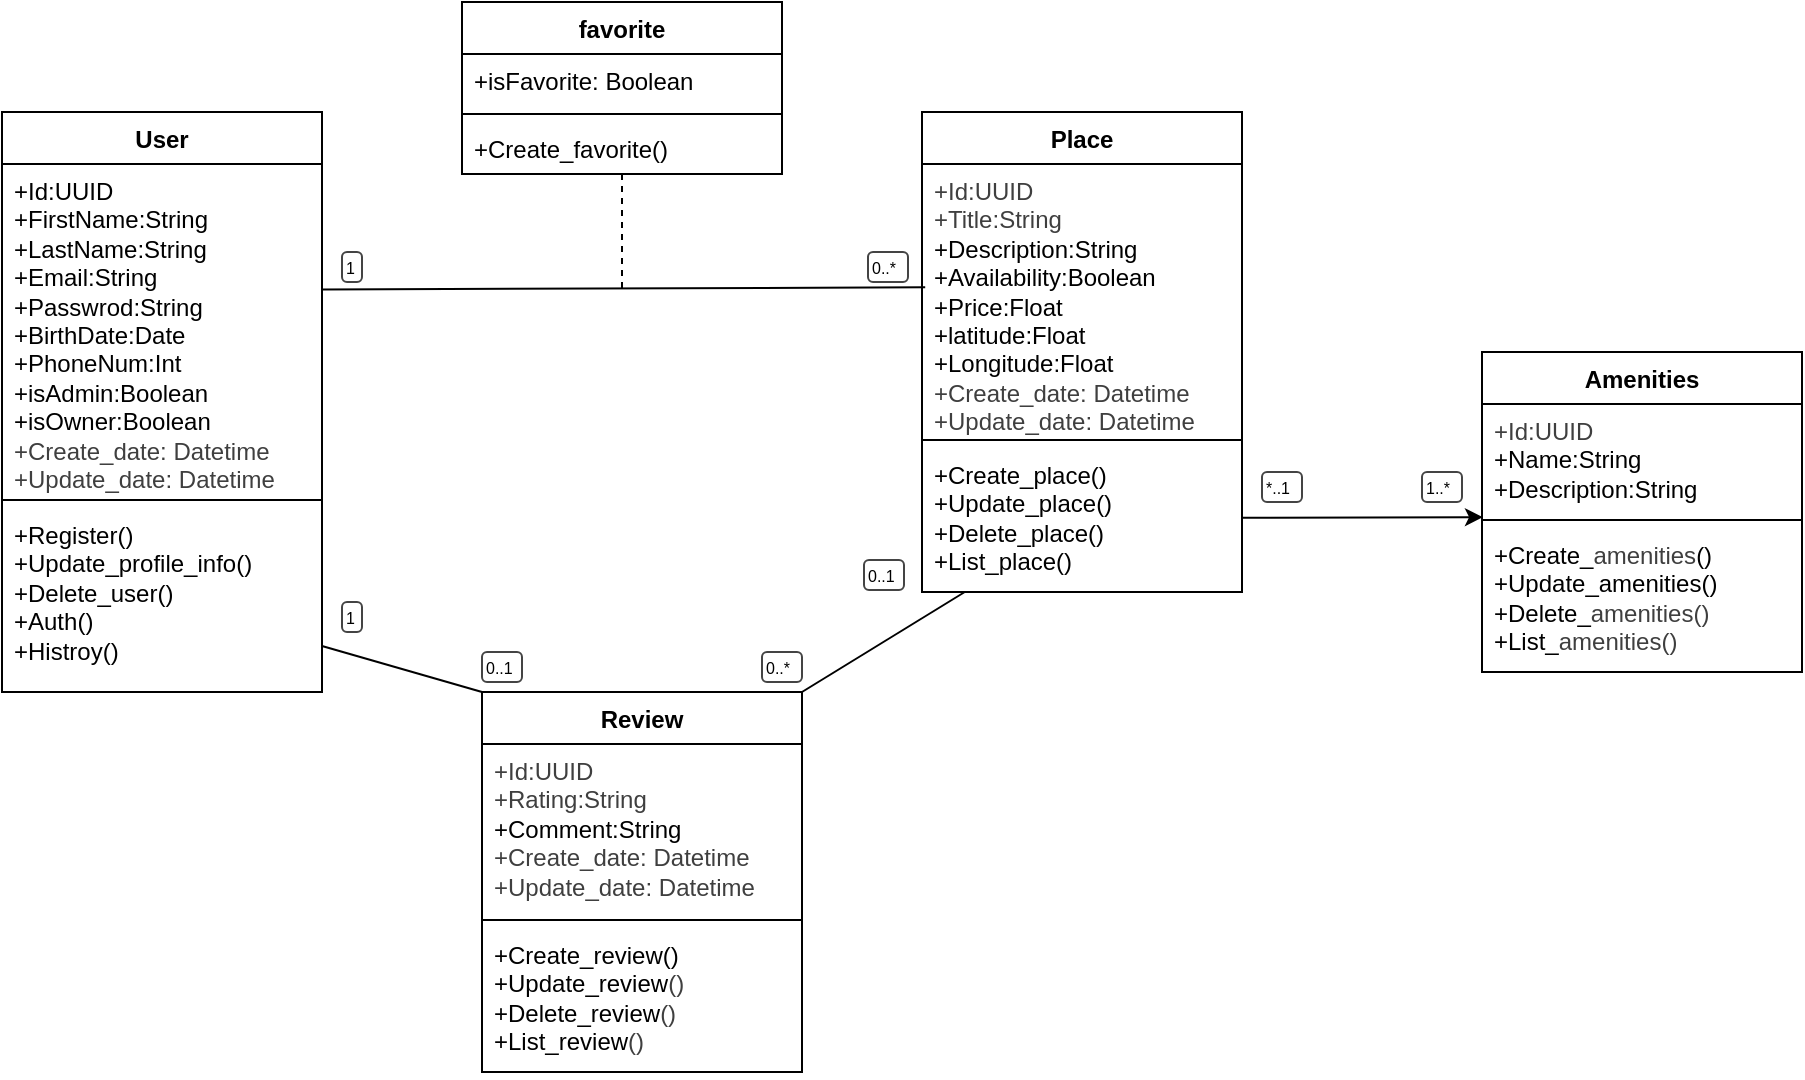
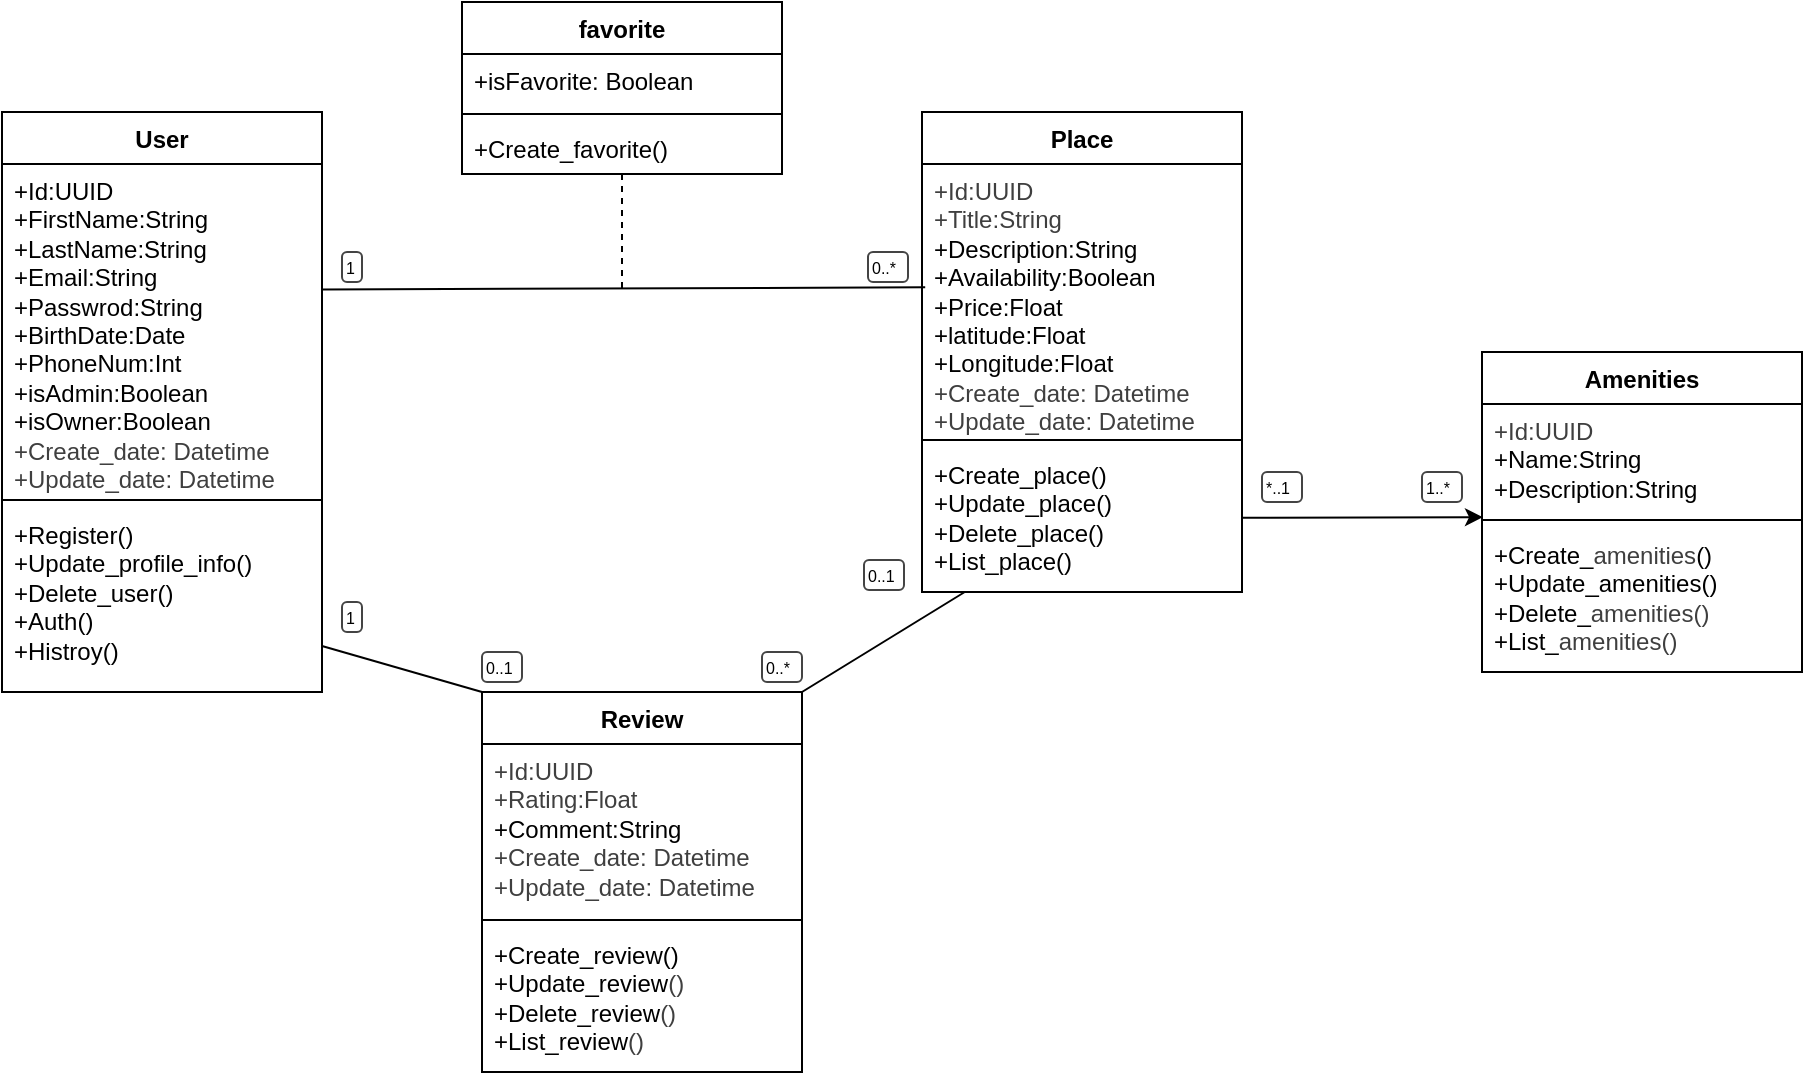
<mxfile host="65bd71144e">
    <diagram id="kGqgn09AhobOn8fxU5_M" name="Page-1">
-         <mxGraphModel dx="1340" dy="938" grid="1" gridSize="10" guides="1" tooltips="1" connect="1" arrows="1" fold="1" page="1" pageScale="1" pageWidth="850" pageHeight="1100" background="#FFFFFF" math="0" shadow="0">
+         <mxGraphModel dx="536" dy="375" grid="1" gridSize="10" guides="1" tooltips="1" connect="1" arrows="1" fold="1" page="1" pageScale="1" pageWidth="850" pageHeight="1100" background="#FFFFFF" math="0" shadow="0">
            <root>
                <mxCell id="0"/>
                <mxCell id="1" parent="0"/>
                <mxCell id="2" value="User" style="swimlane;fontStyle=1;align=center;verticalAlign=top;childLayout=stackLayout;horizontal=1;startSize=26;horizontalStack=0;resizeParent=1;resizeParentMax=0;resizeLast=0;collapsible=1;marginBottom=0;whiteSpace=wrap;html=1;" parent="1" vertex="1">
                    <mxGeometry x="425" y="338" width="160" height="290" as="geometry"/>
                </mxCell>
                <mxCell id="3" value="&lt;div&gt;+Id:UUID&lt;/div&gt;&lt;div&gt;&lt;span style=&quot;background-color: transparent;&quot;&gt;+FirstName:String&lt;/span&gt;&lt;/div&gt;&lt;div&gt;&lt;span style=&quot;color: rgb(0, 0, 0);&quot;&gt;+LastName:String&lt;/span&gt;&lt;/div&gt;&lt;div&gt;&lt;span style=&quot;color: rgb(0, 0, 0);&quot;&gt;+Email:String&lt;/span&gt;&lt;span style=&quot;color: rgb(0, 0, 0);&quot;&gt;&lt;/span&gt;&lt;/div&gt;&lt;div&gt;&lt;span style=&quot;color: rgb(0, 0, 0);&quot;&gt;+Passwrod:String&lt;/span&gt;&lt;/div&gt;&lt;div&gt;&lt;span style=&quot;color: rgb(0, 0, 0);&quot;&gt;+BirthDate:Date&lt;/span&gt;&lt;/div&gt;&lt;div&gt;&lt;span style=&quot;color: rgb(0, 0, 0);&quot;&gt;+PhoneNum:Int&lt;/span&gt;&lt;/div&gt;&lt;div&gt;&lt;font color=&quot;#000000&quot;&gt;+isAdmin:Boolean&lt;/font&gt;&lt;/div&gt;&lt;div&gt;&lt;font color=&quot;#000000&quot;&gt;+isOwner:Boolean&lt;/font&gt;&lt;/div&gt;&lt;div&gt;&lt;font color=&quot;#000000&quot;&gt;&lt;div style=&quot;scrollbar-color: rgb(226, 226, 226) rgb(251, 251, 251); color: rgb(63, 63, 63);&quot;&gt;&lt;font style=&quot;color: rgb(63, 63, 63); scrollbar-color: rgb(226, 226, 226) rgb(251, 251, 251);&quot;&gt;+Create_date: Datetime&lt;/font&gt;&lt;/div&gt;&lt;div style=&quot;scrollbar-color: rgb(226, 226, 226) rgb(251, 251, 251); color: rgb(63, 63, 63);&quot;&gt;&lt;font style=&quot;color: rgb(63, 63, 63); scrollbar-color: rgb(226, 226, 226) rgb(251, 251, 251);&quot;&gt;+Update_date: Datetime&lt;/font&gt;&lt;/div&gt;&lt;/font&gt;&lt;/div&gt;" style="text;strokeColor=none;fillColor=none;align=left;verticalAlign=top;spacingLeft=4;spacingRight=4;overflow=hidden;rotatable=0;points=[[0,0.5],[1,0.5]];portConstraint=eastwest;whiteSpace=wrap;html=1;" parent="2" vertex="1">
                    <mxGeometry y="26" width="160" height="164" as="geometry"/>
                </mxCell>
                <mxCell id="4" value="" style="line;strokeWidth=1;fillColor=none;align=left;verticalAlign=middle;spacingTop=-1;spacingLeft=3;spacingRight=3;rotatable=0;labelPosition=right;points=[];portConstraint=eastwest;strokeColor=inherit;" parent="2" vertex="1">
                    <mxGeometry y="190" width="160" height="8" as="geometry"/>
                </mxCell>
                <mxCell id="5" value="+Register()&lt;div&gt;&lt;div&gt;&lt;div&gt;+Update_profile_info()&lt;/div&gt;&lt;div&gt;+Delete_user()&lt;/div&gt;&lt;div&gt;+Auth()&lt;/div&gt;&lt;div&gt;+Histroy()&lt;/div&gt;&lt;/div&gt;&lt;/div&gt;" style="text;strokeColor=none;fillColor=none;align=left;verticalAlign=top;spacingLeft=4;spacingRight=4;overflow=hidden;rotatable=0;points=[[0,0.5],[1,0.5]];portConstraint=eastwest;whiteSpace=wrap;html=1;" parent="2" vertex="1">
                    <mxGeometry y="198" width="160" height="92" as="geometry"/>
                </mxCell>
                <mxCell id="6" value="Place" style="swimlane;fontStyle=1;align=center;verticalAlign=top;childLayout=stackLayout;horizontal=1;startSize=26;horizontalStack=0;resizeParent=1;resizeParentMax=0;resizeLast=0;collapsible=1;marginBottom=0;whiteSpace=wrap;html=1;" parent="1" vertex="1">
                    <mxGeometry x="885" y="338" width="160" height="240" as="geometry"/>
                </mxCell>
                <mxCell id="7" value="&lt;div&gt;&lt;div style=&quot;color: rgb(63, 63, 63); scrollbar-color: rgb(226, 226, 226) rgb(251, 251, 251);&quot;&gt;&lt;div style=&quot;color: rgb(63, 63, 63); scrollbar-color: rgb(226, 226, 226) rgb(251, 251, 251);&quot;&gt;+Id:UUID&lt;/div&gt;&lt;/div&gt;&lt;div style=&quot;color: rgb(63, 63, 63); scrollbar-color: rgb(226, 226, 226) rgb(251, 251, 251);&quot;&gt;&lt;span style=&quot;background-color: transparent;&quot;&gt;+Title:String&lt;/span&gt;&lt;/div&gt;&lt;/div&gt;&lt;div&gt;+Description:String&lt;/div&gt;&lt;div&gt;+Availability:Boolean&lt;/div&gt;&lt;div&gt;+Price:Float&lt;/div&gt;&lt;div&gt;+latitude:Float&lt;/div&gt;&lt;div&gt;+Longitude:Float&lt;/div&gt;&lt;div&gt;&lt;div style=&quot;scrollbar-color: rgb(226, 226, 226) rgb(251, 251, 251); color: rgb(63, 63, 63);&quot;&gt;&lt;font style=&quot;color: rgb(63, 63, 63); scrollbar-color: rgb(226, 226, 226) rgb(251, 251, 251);&quot;&gt;+Create_date: Datetime&lt;/font&gt;&lt;/div&gt;&lt;div style=&quot;scrollbar-color: rgb(226, 226, 226) rgb(251, 251, 251); color: rgb(63, 63, 63);&quot;&gt;&lt;font style=&quot;color: rgb(63, 63, 63); scrollbar-color: rgb(226, 226, 226) rgb(251, 251, 251);&quot;&gt;+Update_date: Datetime&lt;/font&gt;&lt;/div&gt;&lt;/div&gt;" style="text;strokeColor=none;fillColor=none;align=left;verticalAlign=top;spacingLeft=4;spacingRight=4;overflow=hidden;rotatable=0;points=[[0,0.5],[1,0.5]];portConstraint=eastwest;whiteSpace=wrap;html=1;" parent="6" vertex="1">
                    <mxGeometry y="26" width="160" height="134" as="geometry"/>
                </mxCell>
                <mxCell id="8" value="" style="line;strokeWidth=1;fillColor=none;align=left;verticalAlign=middle;spacingTop=-1;spacingLeft=3;spacingRight=3;rotatable=0;labelPosition=right;points=[];portConstraint=eastwest;strokeColor=inherit;" parent="6" vertex="1">
                    <mxGeometry y="160" width="160" height="8" as="geometry"/>
                </mxCell>
                <mxCell id="9" value="+Create_place()&lt;div&gt;+Update_place()&lt;/div&gt;&lt;div&gt;+Delete_place()&lt;/div&gt;&lt;div&gt;+List_place()&lt;/div&gt;" style="text;strokeColor=none;fillColor=none;align=left;verticalAlign=top;spacingLeft=4;spacingRight=4;overflow=hidden;rotatable=0;points=[[0,0.5],[1,0.5]];portConstraint=eastwest;whiteSpace=wrap;html=1;" parent="6" vertex="1">
                    <mxGeometry y="168" width="160" height="72" as="geometry"/>
                </mxCell>
                <mxCell id="10" value="Review" style="swimlane;fontStyle=1;align=center;verticalAlign=top;childLayout=stackLayout;horizontal=1;startSize=26;horizontalStack=0;resizeParent=1;resizeParentMax=0;resizeLast=0;collapsible=1;marginBottom=0;whiteSpace=wrap;html=1;" parent="1" vertex="1">
                    <mxGeometry x="665" y="628" width="160" height="190" as="geometry"/>
                </mxCell>
-                 <mxCell id="11" value="&lt;div style=&quot;color: rgb(63, 63, 63); scrollbar-color: rgb(226, 226, 226) rgb(251, 251, 251);&quot;&gt;+Id:UUID&lt;/div&gt;&lt;div style=&quot;color: rgb(63, 63, 63); scrollbar-color: rgb(226, 226, 226) rgb(251, 251, 251);&quot;&gt;&lt;span style=&quot;background-color: transparent;&quot;&gt;+Rating:String&lt;/span&gt;&lt;/div&gt;&lt;div&gt;+Comment:String&lt;/div&gt;&lt;div&gt;&lt;div style=&quot;scrollbar-color: rgb(226, 226, 226) rgb(251, 251, 251); color: rgb(63, 63, 63);&quot;&gt;&lt;font style=&quot;color: rgb(63, 63, 63); scrollbar-color: rgb(226, 226, 226) rgb(251, 251, 251);&quot;&gt;+Create_date: Datetime&lt;/font&gt;&lt;/div&gt;&lt;div style=&quot;scrollbar-color: rgb(226, 226, 226) rgb(251, 251, 251); color: rgb(63, 63, 63);&quot;&gt;&lt;font style=&quot;color: rgb(63, 63, 63); scrollbar-color: rgb(226, 226, 226) rgb(251, 251, 251);&quot;&gt;+Update_date: Datetime&lt;/font&gt;&lt;/div&gt;&lt;/div&gt;" style="text;strokeColor=none;fillColor=none;align=left;verticalAlign=top;spacingLeft=4;spacingRight=4;overflow=hidden;rotatable=0;points=[[0,0.5],[1,0.5]];portConstraint=eastwest;whiteSpace=wrap;html=1;" parent="10" vertex="1">
+                 <mxCell id="11" value="&lt;div style=&quot;color: rgb(63, 63, 63); scrollbar-color: rgb(226, 226, 226) rgb(251, 251, 251);&quot;&gt;+Id:UUID&lt;/div&gt;&lt;div style=&quot;color: rgb(63, 63, 63); scrollbar-color: rgb(226, 226, 226) rgb(251, 251, 251);&quot;&gt;&lt;span style=&quot;background-color: transparent;&quot;&gt;+Rating:Float&lt;/span&gt;&lt;/div&gt;&lt;div&gt;+Comment:String&lt;/div&gt;&lt;div&gt;&lt;div style=&quot;scrollbar-color: rgb(226, 226, 226) rgb(251, 251, 251); color: rgb(63, 63, 63);&quot;&gt;&lt;font style=&quot;color: rgb(63, 63, 63); scrollbar-color: rgb(226, 226, 226) rgb(251, 251, 251);&quot;&gt;+Create_date: Datetime&lt;/font&gt;&lt;/div&gt;&lt;div style=&quot;scrollbar-color: rgb(226, 226, 226) rgb(251, 251, 251); color: rgb(63, 63, 63);&quot;&gt;&lt;font style=&quot;color: rgb(63, 63, 63); scrollbar-color: rgb(226, 226, 226) rgb(251, 251, 251);&quot;&gt;+Update_date: Datetime&lt;/font&gt;&lt;/div&gt;&lt;/div&gt;" style="text;strokeColor=none;fillColor=none;align=left;verticalAlign=top;spacingLeft=4;spacingRight=4;overflow=hidden;rotatable=0;points=[[0,0.5],[1,0.5]];portConstraint=eastwest;whiteSpace=wrap;html=1;" parent="10" vertex="1">
                    <mxGeometry y="26" width="160" height="84" as="geometry"/>
                </mxCell>
                <mxCell id="12" value="" style="line;strokeWidth=1;fillColor=none;align=left;verticalAlign=middle;spacingTop=-1;spacingLeft=3;spacingRight=3;rotatable=0;labelPosition=right;points=[];portConstraint=eastwest;strokeColor=inherit;" parent="10" vertex="1">
                    <mxGeometry y="110" width="160" height="8" as="geometry"/>
                </mxCell>
                <mxCell id="13" value="+Create_review()&lt;div&gt;+Update_&lt;span style=&quot;color: rgb(0, 0, 0); background-color: transparent;&quot;&gt;review&lt;/span&gt;&lt;span style=&quot;color: rgb(63, 63, 63); background-color: transparent;&quot;&gt;()&lt;/span&gt;&lt;/div&gt;&lt;div&gt;+Delete_&lt;span style=&quot;color: rgb(0, 0, 0); background-color: transparent;&quot;&gt;review&lt;/span&gt;&lt;span style=&quot;color: rgb(63, 63, 63); background-color: transparent;&quot;&gt;()&lt;/span&gt;&lt;/div&gt;&lt;div&gt;+List_&lt;span style=&quot;color: rgb(0, 0, 0); background-color: transparent;&quot;&gt;review&lt;/span&gt;&lt;span style=&quot;color: rgb(63, 63, 63); background-color: transparent;&quot;&gt;()&lt;/span&gt;&lt;/div&gt;" style="text;strokeColor=none;fillColor=none;align=left;verticalAlign=top;spacingLeft=4;spacingRight=4;overflow=hidden;rotatable=0;points=[[0,0.5],[1,0.5]];portConstraint=eastwest;whiteSpace=wrap;html=1;" parent="10" vertex="1">
                    <mxGeometry y="118" width="160" height="72" as="geometry"/>
                </mxCell>
                <mxCell id="15" value="Amenities&lt;div&gt;&lt;br&gt;&lt;/div&gt;" style="swimlane;fontStyle=1;align=center;verticalAlign=top;childLayout=stackLayout;horizontal=1;startSize=26;horizontalStack=0;resizeParent=1;resizeParentMax=0;resizeLast=0;collapsible=1;marginBottom=0;whiteSpace=wrap;html=1;" parent="1" vertex="1">
                    <mxGeometry x="1165" y="458" width="160" height="160" as="geometry"/>
                </mxCell>
                <mxCell id="16" value="&lt;div style=&quot;color: rgb(63, 63, 63); scrollbar-color: rgb(226, 226, 226) rgb(251, 251, 251);&quot;&gt;+Id:UUID&lt;/div&gt;&lt;div&gt;&lt;span style=&quot;background-color: transparent;&quot;&gt;+Name:String&lt;/span&gt;&lt;/div&gt;&lt;div&gt;+Description:String&lt;/div&gt;" style="text;strokeColor=none;fillColor=none;align=left;verticalAlign=top;spacingLeft=4;spacingRight=4;overflow=hidden;rotatable=0;points=[[0,0.5],[1,0.5]];portConstraint=eastwest;whiteSpace=wrap;html=1;" parent="15" vertex="1">
                    <mxGeometry y="26" width="160" height="54" as="geometry"/>
                </mxCell>
                <mxCell id="17" value="" style="line;strokeWidth=1;fillColor=none;align=left;verticalAlign=middle;spacingTop=-1;spacingLeft=3;spacingRight=3;rotatable=0;labelPosition=right;points=[];portConstraint=eastwest;strokeColor=inherit;" parent="15" vertex="1">
                    <mxGeometry y="80" width="160" height="8" as="geometry"/>
                </mxCell>
                <mxCell id="18" value="+Create_&lt;span style=&quot;color: rgb(63, 63, 63);&quot;&gt;amenities&lt;/span&gt;()&lt;div&gt;+Update_amenities()&lt;/div&gt;&lt;div&gt;+Delete_&lt;span style=&quot;color: rgb(63, 63, 63); background-color: transparent;&quot;&gt;amenities&lt;/span&gt;&lt;span style=&quot;color: rgb(63, 63, 63); background-color: transparent;&quot;&gt;()&lt;/span&gt;&lt;/div&gt;&lt;div&gt;+List_&lt;span style=&quot;color: rgb(63, 63, 63); background-color: transparent;&quot;&gt;amenities&lt;/span&gt;&lt;span style=&quot;color: rgb(63, 63, 63); background-color: transparent;&quot;&gt;()&lt;/span&gt;&lt;/div&gt;" style="text;strokeColor=none;fillColor=none;align=left;verticalAlign=top;spacingLeft=4;spacingRight=4;overflow=hidden;rotatable=0;points=[[0,0.5],[1,0.5]];portConstraint=eastwest;whiteSpace=wrap;html=1;" parent="15" vertex="1">
                    <mxGeometry y="88" width="160" height="72" as="geometry"/>
                </mxCell>
                <mxCell id="39" style="edgeStyle=none;html=1;entryX=0.003;entryY=0.32;entryDx=0;entryDy=0;entryPerimeter=0;" parent="1" target="17" edge="1">
                    <mxGeometry relative="1" as="geometry">
                        <mxPoint x="1045.0000000000002" y="540.8571428571429" as="sourcePoint"/>
                        <mxPoint x="1165" y="539" as="targetPoint"/>
                    </mxGeometry>
                </mxCell>
                <mxCell id="41" style="edgeStyle=none;html=1;endArrow=none;endFill=0;entryX=0;entryY=0;entryDx=0;entryDy=0;" parent="1" source="5" edge="1" target="10">
                    <mxGeometry relative="1" as="geometry">
                        <mxPoint x="685" y="618" as="targetPoint"/>
                    </mxGeometry>
                </mxCell>
                <mxCell id="42" style="edgeStyle=none;html=1;entryX=0.01;entryY=0.576;entryDx=0;entryDy=0;entryPerimeter=0;endArrow=none;endFill=0;" parent="1" edge="1">
                    <mxGeometry relative="1" as="geometry">
                        <mxPoint x="585" y="426.7199161425576" as="sourcePoint"/>
                        <mxPoint x="886.6" y="425.664" as="targetPoint"/>
                    </mxGeometry>
                </mxCell>
                <mxCell id="58" style="edgeStyle=none;html=1;dashed=1;endArrow=none;endFill=0;" parent="1" edge="1">
                    <mxGeometry relative="1" as="geometry">
                        <mxPoint x="735" y="428" as="targetPoint"/>
                        <mxPoint x="735" y="369" as="sourcePoint"/>
                    </mxGeometry>
                </mxCell>
                <mxCell id="64" value="favorite" style="swimlane;fontStyle=1;align=center;verticalAlign=top;childLayout=stackLayout;horizontal=1;startSize=26;horizontalStack=0;resizeParent=1;resizeParentMax=0;resizeLast=0;collapsible=1;marginBottom=0;whiteSpace=wrap;html=1;" parent="1" vertex="1">
                    <mxGeometry x="655" y="283" width="160" height="86" as="geometry"/>
                </mxCell>
                <mxCell id="65" value="+isFavorite: Boolean" style="text;strokeColor=none;fillColor=none;align=left;verticalAlign=top;spacingLeft=4;spacingRight=4;overflow=hidden;rotatable=0;points=[[0,0.5],[1,0.5]];portConstraint=eastwest;whiteSpace=wrap;html=1;" parent="64" vertex="1">
                    <mxGeometry y="26" width="160" height="26" as="geometry"/>
                </mxCell>
                <mxCell id="66" value="" style="line;strokeWidth=1;fillColor=none;align=left;verticalAlign=middle;spacingTop=-1;spacingLeft=3;spacingRight=3;rotatable=0;labelPosition=right;points=[];portConstraint=eastwest;strokeColor=inherit;" parent="64" vertex="1">
                    <mxGeometry y="52" width="160" height="8" as="geometry"/>
                </mxCell>
                <mxCell id="67" value="+Create_favorite()" style="text;strokeColor=none;fillColor=none;align=left;verticalAlign=top;spacingLeft=4;spacingRight=4;overflow=hidden;rotatable=0;points=[[0,0.5],[1,0.5]];portConstraint=eastwest;whiteSpace=wrap;html=1;" parent="64" vertex="1">
                    <mxGeometry y="60" width="160" height="26" as="geometry"/>
                </mxCell>
                <mxCell id="75" value="0..*" style="strokeWidth=1;html=1;shadow=0;dashed=0;shape=mxgraph.ios.iTextInput;strokeColor=#444444;buttonText=;fontSize=8;whiteSpace=wrap;align=left;" vertex="1" parent="1">
                    <mxGeometry x="858" y="408" width="20" height="15" as="geometry"/>
                </mxCell>
                <mxCell id="76" value="1" style="strokeWidth=1;html=1;shadow=0;dashed=0;shape=mxgraph.ios.iTextInput;strokeColor=#444444;buttonText=;fontSize=8;whiteSpace=wrap;align=left;" vertex="1" parent="1">
                    <mxGeometry x="595" y="408" width="10" height="15" as="geometry"/>
                </mxCell>
                <mxCell id="77" value="1..*" style="strokeWidth=1;html=1;shadow=0;dashed=0;shape=mxgraph.ios.iTextInput;strokeColor=#444444;buttonText=;fontSize=8;whiteSpace=wrap;align=left;" vertex="1" parent="1">
                    <mxGeometry x="1135" y="518" width="20" height="15" as="geometry"/>
                </mxCell>
                <mxCell id="78" value="*..1" style="strokeWidth=1;html=1;shadow=0;dashed=0;shape=mxgraph.ios.iTextInput;strokeColor=#444444;buttonText=;fontSize=8;whiteSpace=wrap;align=left;" vertex="1" parent="1">
                    <mxGeometry x="1055" y="518" width="20" height="15" as="geometry"/>
                </mxCell>
                <mxCell id="79" value="0..*" style="strokeWidth=1;html=1;shadow=0;dashed=0;shape=mxgraph.ios.iTextInput;strokeColor=#444444;buttonText=;fontSize=8;whiteSpace=wrap;align=left;" vertex="1" parent="1">
                    <mxGeometry x="805" y="608" width="20" height="15" as="geometry"/>
                </mxCell>
                <mxCell id="80" value="0..1" style="strokeWidth=1;html=1;shadow=0;dashed=0;shape=mxgraph.ios.iTextInput;strokeColor=#444444;buttonText=;fontSize=8;whiteSpace=wrap;align=left;" vertex="1" parent="1">
                    <mxGeometry x="856" y="562" width="20" height="15" as="geometry"/>
                </mxCell>
                <mxCell id="81" value="0..1&lt;span style=&quot;font-family: monospace; font-size: 0px; white-space: nowrap;&quot;&gt;%3CmxGraphModel%3E%3Croot%3E%3CmxCell%20id%3D%220%22%2F%3E%3CmxCell%20id%3D%221%22%20parent%3D%220%22%2F%3E%3CmxCell%20id%3D%222%22%20value%3D%221..*%22%20style%3D%22strokeWidth%3D1%3Bhtml%3D1%3Bshadow%3D0%3Bdashed%3D0%3Bshape%3Dmxgraph.ios.iTextInput%3BstrokeColor%3D%23444444%3BbuttonText%3D%3BfontSize%3D8%3BwhiteSpace%3Dwrap%3Balign%3Dleft%3B%22%20vertex%3D%221%22%20parent%3D%221%22%3E%3CmxGeometry%20x%3D%22760%22%20y%3D%22440%22%20width%3D%2220%22%20height%3D%2215%22%20as%3D%22geometry%22%2F%3E%3C%2FmxCell%3E%3C%2Froot%3E%3C%2FmxGraphModel%3E&lt;/span&gt;" style="strokeWidth=1;html=1;shadow=0;dashed=0;shape=mxgraph.ios.iTextInput;strokeColor=#444444;buttonText=;fontSize=8;whiteSpace=wrap;align=left;" vertex="1" parent="1">
                    <mxGeometry x="665" y="608" width="20" height="15" as="geometry"/>
                </mxCell>
                <mxCell id="84" value="1" style="strokeWidth=1;html=1;shadow=0;dashed=0;shape=mxgraph.ios.iTextInput;strokeColor=#444444;buttonText=;fontSize=8;whiteSpace=wrap;align=left;" vertex="1" parent="1">
                    <mxGeometry x="595" y="583" width="10" height="15" as="geometry"/>
                </mxCell>
                <mxCell id="86" style="edgeStyle=none;html=1;endArrow=none;endFill=0;entryX=1;entryY=0;entryDx=0;entryDy=0;" edge="1" parent="1" source="9" target="10">
                    <mxGeometry relative="1" as="geometry">
                        <mxPoint x="788" y="618" as="targetPoint"/>
                    </mxGeometry>
                </mxCell>
            </root>
        </mxGraphModel>
    </diagram>
</mxfile>